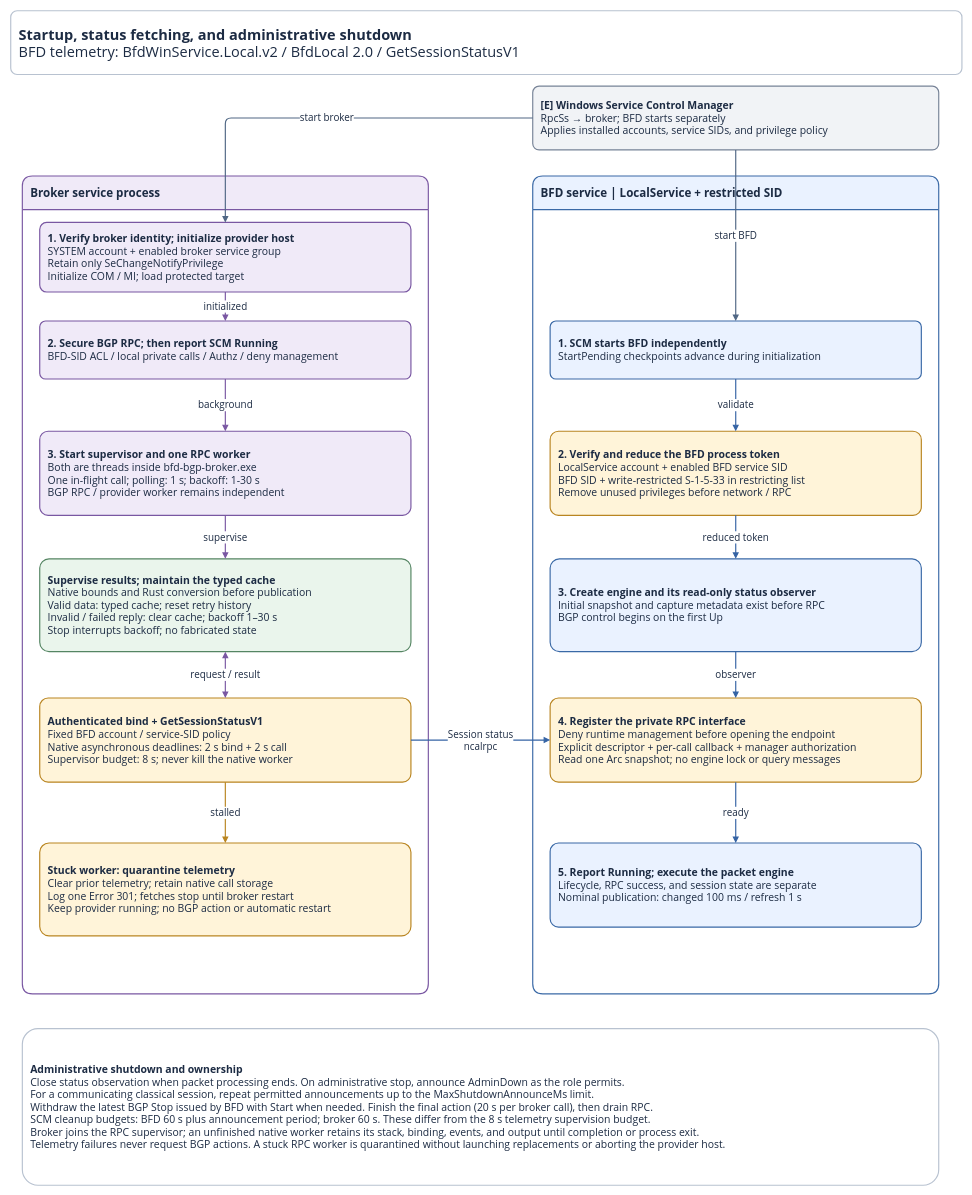
Above: page "2 Service lifecycle" (2 of 3) of docs/service-communication.drawio in miketheitguy/bfd-winservice (draw.io), before the change. Source tidied: cells renumbered, new cells numbered last; positions are measured from the earlier drawing's top-left corner, leaving out a move shared by most shapes. Both pictures are drawn from the tidied source at 58%, with x=0, y=0 at pixel (10, 10).
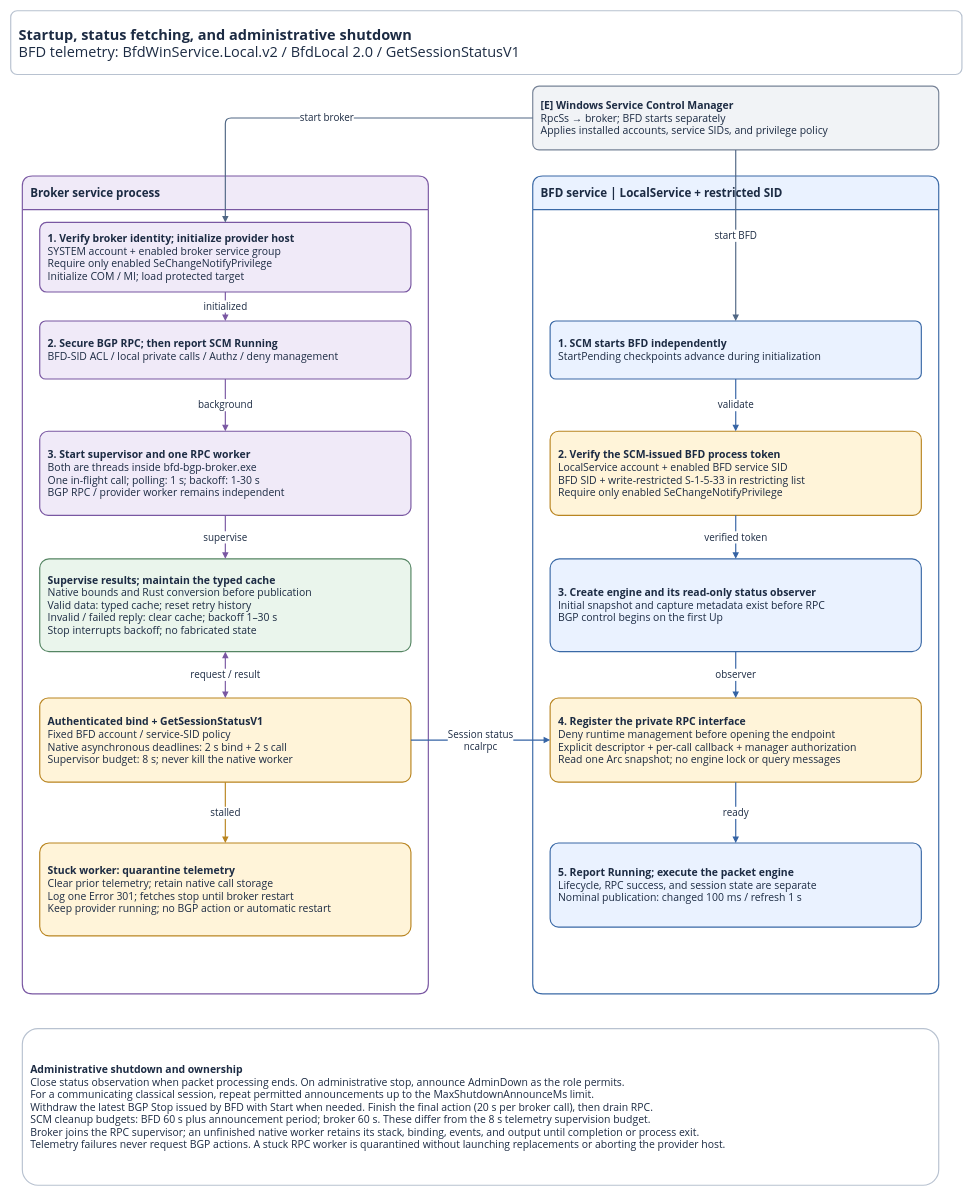
The same diagram, later.

The change refers to these unchanged cells:
```xml
<mxCell id="4" value="&lt;b&gt;Broker service process&lt;/b&gt;" style="rounded=1;arcSize=10;whiteSpace=wrap;html=1;fillColor=#F0EAF8;strokeColor=#7957A2;strokeWidth=2;fontFamily=Segoe UI;fontSize=20;fontColor=#1C2B43;spacing=14;align=left;verticalAlign=middle;shape=swimlane;startSize=58;horizontal=1;swimlaneLine=1;" parent="1" vertex="1">
  <mxGeometry x="20" y="285" width="700" height="1410" as="geometry" />
</mxCell>
<mxCell id="5" value="&lt;b&gt;BFD service | LocalService + restricted SID&lt;/b&gt;" style="rounded=1;arcSize=10;whiteSpace=wrap;html=1;fillColor=#EAF2FF;strokeColor=#3A69A6;strokeWidth=2;fontFamily=Segoe UI;fontSize=20;fontColor=#1C2B43;spacing=14;align=left;verticalAlign=middle;shape=swimlane;startSize=58;horizontal=1;swimlaneLine=1;" parent="1" vertex="1">
  <mxGeometry x="900" y="285" width="700" height="1410" as="geometry" />
</mxCell>
<mxCell id="14" value="&lt;b&gt;3. Create engine and its read-only status observer&lt;/b&gt;&lt;br&gt;Initial snapshot and capture metadata exist before RPC&lt;br&gt;BGP control begins on the first Up" style="rounded=1;arcSize=10;whiteSpace=wrap;html=1;fillColor=#EAF2FF;strokeColor=#3A69A6;strokeWidth=2;fontFamily=Segoe UI;fontSize=18;fontColor=#1C2B43;spacing=14;align=left;verticalAlign=middle;" parent="5" vertex="1">
  <mxGeometry x="30" y="660" width="640" height="160" as="geometry" />
</mxCell>
```

The edit, as a diff of the source:
```diff
@@
-    <mxCell id="6" value="&lt;b&gt;1. Verify broker identity; initialize provider host&lt;/b&gt;&lt;br&gt;SYSTEM account + enabled broker service group&lt;br&gt;Retain only SeChangeNotifyPrivilege&lt;br&gt;Initialize COM / MI; load protected target" style="rounded=1;arcSize=10;whiteSpace=wrap;html=1;fillColor=#F0EAF8;strokeColor=#7957A2;strokeWidth=2;fontFamily=Segoe UI;fontSize=18;fontColor=#1C2B43;spacing=14;align=left;verticalAlign=middle;" parent="4" vertex="1">
+    <mxCell id="6" value="&lt;b&gt;1. Verify broker identity; initialize provider host&lt;/b&gt;&lt;br&gt;SYSTEM account + enabled broker service group&lt;br&gt;Require only enabled SeChangeNotifyPrivilege&lt;br&gt;Initialize COM / MI; load protected target" style="rounded=1;arcSize=10;whiteSpace=wrap;html=1;fillColor=#F0EAF8;strokeColor=#7957A2;strokeWidth=2;fontFamily=Segoe UI;fontSize=18;fontColor=#1C2B43;spacing=14;align=left;verticalAlign=middle;" parent="4" vertex="1">
       <mxGeometry x="30" y="80" width="640" height="120" as="geometry" />
     </mxCell>
@@
-    <mxCell id="13" value="&lt;b&gt;2. Verify and reduce the BFD process token&lt;/b&gt;&lt;br&gt;LocalService account + enabled BFD service SID&lt;br&gt;BFD SID + write-restricted S-1-5-33 in restricting list&lt;br&gt;Remove unused privileges before network / RPC" style="rounded=1;arcSize=10;whiteSpace=wrap;html=1;fillColor=#FFF4D9;strokeColor=#B98521;strokeWidth=2;fontFamily=Segoe UI;fontSize=18;fontColor=#1C2B43;spacing=14;align=left;verticalAlign=middle;" parent="5" vertex="1">
+    <mxCell id="13" value="&lt;b&gt;2. Verify the SCM-issued BFD process token&lt;/b&gt;&lt;br&gt;LocalService account + enabled BFD service SID&lt;br&gt;BFD SID + write-restricted S-1-5-33 in restricting list&lt;br&gt;Require only enabled SeChangeNotifyPrivilege" style="rounded=1;arcSize=10;whiteSpace=wrap;html=1;fillColor=#FFF4D9;strokeColor=#B98521;strokeWidth=2;fontFamily=Segoe UI;fontSize=18;fontColor=#1C2B43;spacing=14;align=left;verticalAlign=middle;" parent="5" vertex="1">
       <mxGeometry x="30" y="440" width="640" height="145" as="geometry" />
     </mxCell>
@@
-    <mxCell id="25" value="reduced token" style="edgeStyle=orthogonalEdgeStyle;rounded=1;html=1;strokeColor=#3563A4;strokeWidth=2;endArrow=block;endFill=1;fontFamily=Segoe UI;fontSize=17;fontColor=#1C2B43;labelBackgroundColor=#FFFFFF;spacing=6;jettySize=auto;" parent="5" edge="1" source="13" target="14">
+    <mxCell id="25" value="verified token" style="edgeStyle=orthogonalEdgeStyle;rounded=1;html=1;strokeColor=#3563A4;strokeWidth=2;endArrow=block;endFill=1;fontFamily=Segoe UI;fontSize=17;fontColor=#1C2B43;labelBackgroundColor=#FFFFFF;spacing=6;jettySize=auto;" parent="5" edge="1" source="13" target="14">
       <mxGeometry relative="1" as="geometry" />
     </mxCell>
```
